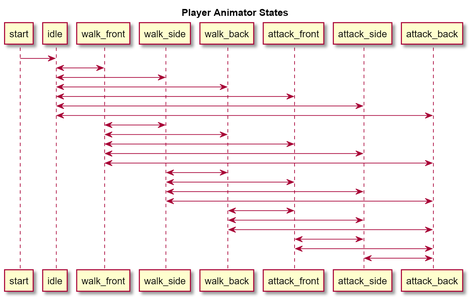
This is TouchCrawlerUnity/Assets/Documentation/Player_Animator.PNG from CriusNyx/CSI-4999, a PlantUML export, as it was before one commit. Its source is kept beside it as TouchCrawlerUnity/Assets/Documentation/Player_Animator.wsd. Its diagram source:
```plantuml
@startuml
title: Player Animator States
start -> idle
idle <-> walk_front
idle <-> walk_side
idle <-> walk_back
idle <-> attack_front
idle <-> attack_side
idle <-> attack_back
walk_front <-> walk_side
walk_front <-> walk_back
walk_front <-> attack_front
walk_front <-> attack_side
walk_front <-> attack_back
walk_side <-> walk_back
walk_side <-> attack_front
walk_side <-> attack_side
walk_side <-> attack_back
walk_back <-> attack_front
walk_back <-> attack_side
walk_back <-> attack_back
attack_front <-> attack_side
attack_front <-> attack_back
attack_side <-> attack_back
@enduml
```
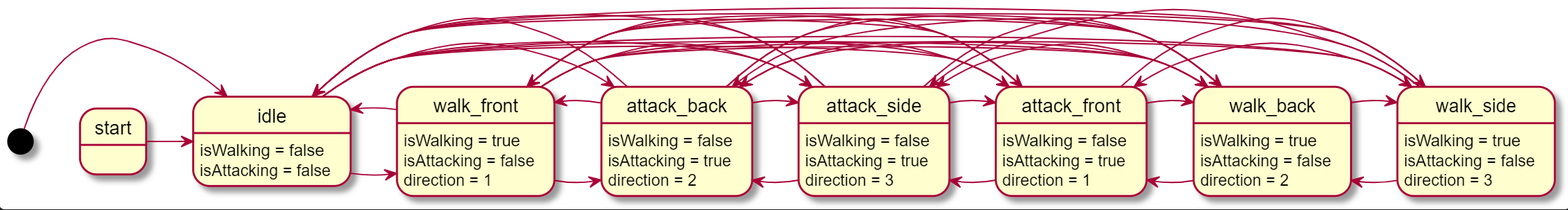
After the change.

Diff of the diagram source:
```diff
@@ -1,25 +1,71 @@
 @startuml
-title: Player Animator States
+[*] -> idle
 start -> idle
-idle <-> walk_front
-idle <-> walk_side
-idle <-> walk_back
-idle <-> attack_front
-idle <-> attack_side
-idle <-> attack_back
-walk_front <-> walk_side
-walk_front <-> walk_back
-walk_front <-> attack_front
-walk_front <-> attack_side
-walk_front <-> attack_back
-walk_side <-> walk_back
-walk_side <-> attack_front
-walk_side <-> attack_side
-walk_side <-> attack_back
-walk_back <-> attack_front
-walk_back <-> attack_side
-walk_back <-> attack_back
-attack_front <-> attack_side
-attack_front <-> attack_back
-attack_side <-> attack_back
+idle: isWalking = false
+idle: isAttacking = false
+idle -> walk_front
+idle -> walk_side
+idle -> walk_back
+idle -> attack_front
+idle -> attack_side
+idle -> attack_back
+
+walk_front: isWalking = true
+walk_front: isAttacking = false
+walk_front: direction = 1
+walk_front -> idle
+walk_front -> walk_side
+walk_front -> walk_back
+walk_front -> attack_front
+walk_front -> attack_side
+walk_front -> attack_back
+
+walk_side: isWalking = true
+walk_side: isAttacking = false
+walk_side: direction = 3
+walk_side -> idle
+walk_side -> walk_front
+walk_side -> walk_back
+walk_side -> attack_front
+walk_side -> attack_side
+walk_side -> attack_back
+
+walk_back: isWalking = true
+walk_back: isAttacking = false
+walk_back: direction = 2
+walk_back -> idle
+walk_back -> walk_front
+walk_back -> walk_side
+walk_back -> attack_front
+walk_back -> attack_side
+walk_back -> attack_back
+
+attack_front: isWalking = false
+attack_front: isAttacking = true
+attack_front: direction = 1
+attack_front -> idle
+attack_front -> walk_side
+attack_front -> walk_back
+attack_front -> walk_front
+attack_front -> attack_side
+attack_front -> attack_back
+
+attack_side: isWalking = false
+attack_side: isAttacking = true
+attack_side: direction = 3
+attack_side -> idle
+attack_side -> walk_back
+attack_side -> walk_front
+attack_side -> attack_front
+attack_side -> attack_back
+
+attack_back: isWalking = false
+attack_back: isAttacking = true
+attack_back: direction = 2
+attack_back -> idle
+attack_back -> walk_back
+attack_back -> walk_front
+attack_back -> attack_front
+attack_back -> attack_side
+
 @enduml
```
